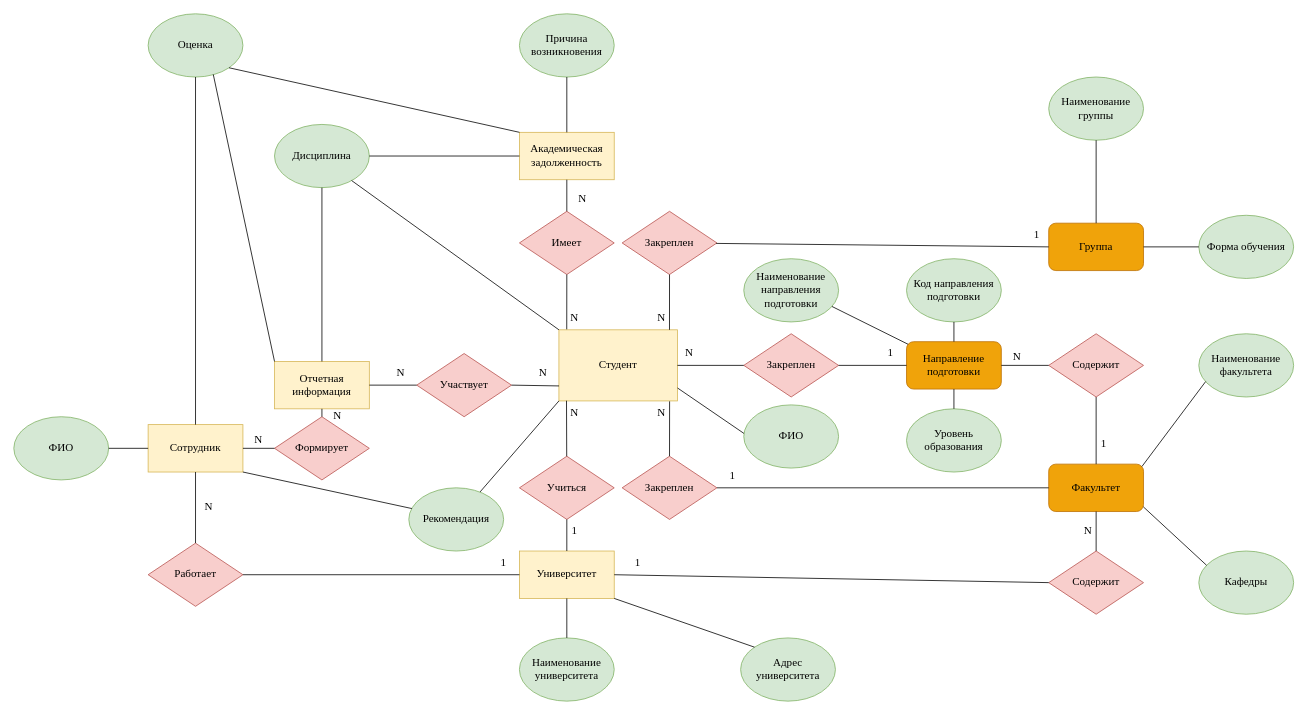
DLordxxx/Practice keeps this draw.io diagram as Уточненная ER-диаграмма.drawio. Above is the earlier version. Source tidied: cells renumbered, new cells numbered last; positions are measured from the earlier drawing's top-left corner, leaving out a move shared by most shapes. Both pictures are drawn from the tidied source at 79%, with x=0, y=0 at pixel (13, 13).
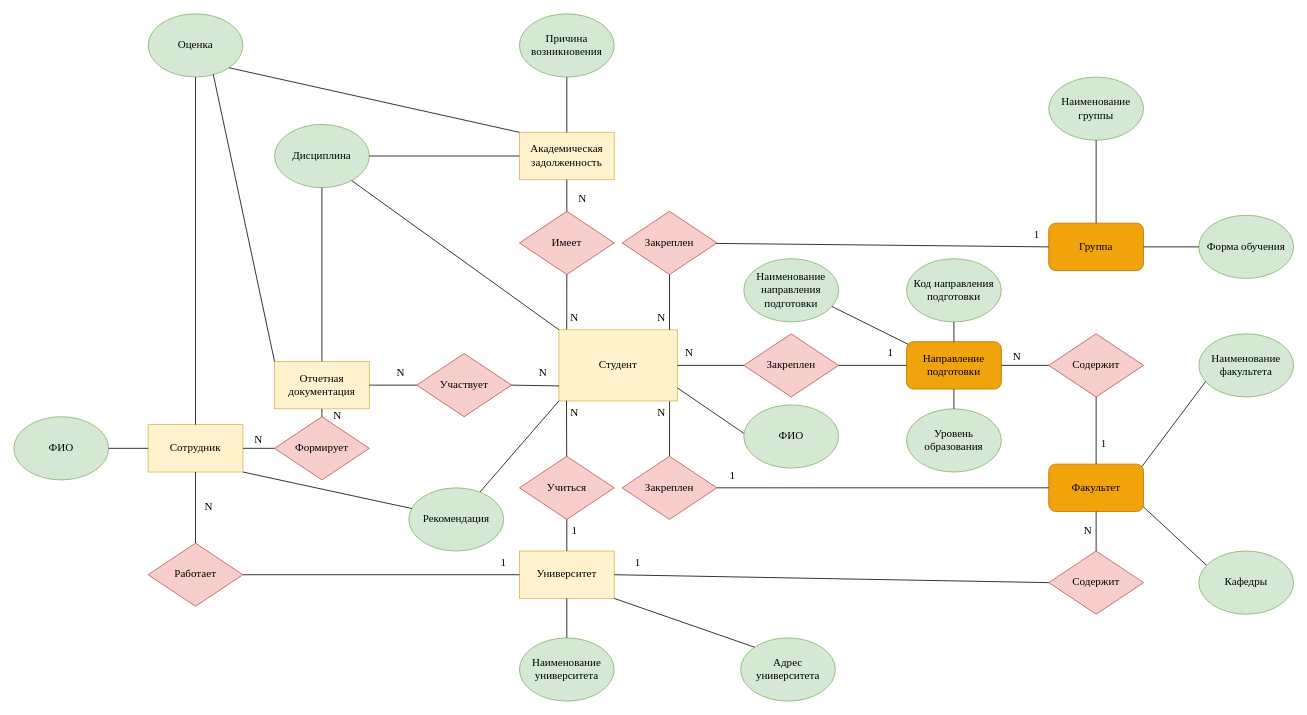
Above is the later version.

Diff of the diagram source:
```diff
@@
-    <mxCell id="14" value="Отчетная информация" style="rounded=0;whiteSpace=wrap;html=1;fontFamily=Times New Roman;fontSize=14;fillColor=#fff2cc;strokeColor=#d6b656;" parent="1" vertex="1">
+    <mxCell id="14" value="Отчетная документация" style="rounded=0;whiteSpace=wrap;html=1;fontFamily=Times New Roman;fontSize=14;fillColor=#fff2cc;strokeColor=#d6b656;" parent="1" vertex="1">
       <mxGeometry x="330" y="440" width="120" height="60" as="geometry" />
     </mxCell>
```
